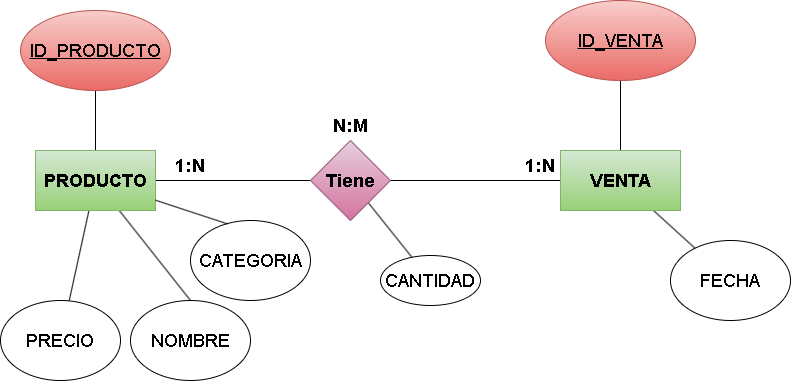
Darkoscurito/Base-de-datos keeps this draw.io diagram as (Unidad-3) (Tarea-4)/img/paso3(1).drawio.png. Above is the earlier version. Source tidied: cells renumbered, new cells last; positions are measured from the earlier drawing's top-left corner, leaving out a move shared by most shapes. The source it was exported from:
```xml
<mxGraphModel>
  <root>
    <mxCell id="0" />
    <mxCell id="1" parent="0" />
    <mxCell id="2" style="edgeStyle=none;html=1;endArrow=none;endFill=0;" parent="1" edge="1" source="6" target="9">
      <mxGeometry relative="1" as="geometry" />
    </mxCell>
    <mxCell id="3" style="edgeStyle=none;html=1;entryX=0.5;entryY=1;entryDx=0;entryDy=0;endArrow=none;endFill=0;" parent="1" edge="1" source="6" target="16">
      <mxGeometry relative="1" as="geometry" />
    </mxCell>
    <mxCell id="4" style="edgeStyle=none;html=1;endArrow=none;endFill=0;entryX=0.5;entryY=0;entryDx=0;entryDy=0;" parent="1" edge="1" source="6" target="17">
      <mxGeometry relative="1" as="geometry" />
    </mxCell>
    <mxCell id="5" style="edgeStyle=none;html=1;endArrow=none;endFill=0;" parent="1" edge="1" source="6" target="20">
      <mxGeometry relative="1" as="geometry" />
    </mxCell>
    <mxCell id="6" value="&lt;font style=&quot;font-size: 18px;&quot;&gt;&lt;b&gt;PRODUCTO&lt;/b&gt;&lt;/font&gt;" style="rounded=0;whiteSpace=wrap;html=1;fillColor=#d5e8d4;gradientColor=#97d077;strokeColor=#82b366;" parent="1" vertex="1">
      <mxGeometry x="35" y="150" width="120" height="60" as="geometry" />
    </mxCell>
    <mxCell id="7" style="edgeStyle=none;html=1;entryX=0;entryY=0.5;entryDx=0;entryDy=0;endArrow=none;endFill=0;" parent="1" edge="1" source="9" target="12">
      <mxGeometry relative="1" as="geometry" />
    </mxCell>
    <mxCell id="8" style="edgeStyle=none;html=1;endArrow=none;endFill=0;" parent="1" edge="1" source="9" target="22">
      <mxGeometry relative="1" as="geometry" />
    </mxCell>
    <mxCell id="9" value="&lt;font style=&quot;font-size: 18px;&quot;&gt;&lt;b&gt;Tiene&lt;/b&gt;&lt;/font&gt;" style="rhombus;whiteSpace=wrap;html=1;fillColor=#e6d0de;gradientColor=#d5739d;strokeColor=#996185;" parent="1" vertex="1">
      <mxGeometry x="310" y="140" width="80" height="80" as="geometry" />
    </mxCell>
    <mxCell id="10" style="edgeStyle=none;html=1;entryX=0.5;entryY=1;entryDx=0;entryDy=0;endArrow=none;endFill=0;" parent="1" edge="1" source="12" target="21">
      <mxGeometry relative="1" as="geometry" />
    </mxCell>
    <mxCell id="11" style="edgeStyle=none;html=1;endArrow=none;endFill=0;" parent="1" edge="1" source="12" target="23">
      <mxGeometry relative="1" as="geometry" />
    </mxCell>
    <mxCell id="12" value="&lt;font style=&quot;font-size: 18px;&quot;&gt;&lt;b&gt;VENTA&lt;/b&gt;&lt;/font&gt;" style="rounded=0;whiteSpace=wrap;html=1;fillColor=#d5e8d4;gradientColor=#97d077;strokeColor=#82b366;" parent="1" vertex="1">
      <mxGeometry x="560" y="150" width="120" height="60" as="geometry" />
    </mxCell>
    <mxCell id="13" value="&lt;font style=&quot;font-size: 18px;&quot;&gt;&lt;b&gt;1:N&lt;/b&gt;&lt;/font&gt;" style="text;html=1;align=center;verticalAlign=middle;whiteSpace=wrap;rounded=0;" parent="1" vertex="1">
      <mxGeometry x="510" y="150" width="60" height="30" as="geometry" />
    </mxCell>
    <mxCell id="14" value="&lt;font style=&quot;font-size: 18px;&quot;&gt;&lt;b&gt;1:N&lt;/b&gt;&lt;/font&gt;" style="text;html=1;align=center;verticalAlign=middle;whiteSpace=wrap;rounded=0;" parent="1" vertex="1">
      <mxGeometry x="160" y="150" width="60" height="30" as="geometry" />
    </mxCell>
    <mxCell id="15" value="&lt;span style=&quot;font-size: 18px;&quot;&gt;&lt;b&gt;N:M&lt;/b&gt;&lt;/span&gt;" style="text;html=1;align=center;verticalAlign=middle;whiteSpace=wrap;rounded=0;" parent="1" vertex="1">
      <mxGeometry x="320" y="110" width="60" height="30" as="geometry" />
    </mxCell>
    <mxCell id="16" value="&lt;font style=&quot;font-size: 18px;&quot;&gt;&lt;u&gt;ID_PRODUCTO&lt;/u&gt;&lt;/font&gt;" style="ellipse;whiteSpace=wrap;html=1;fillColor=#f8cecc;gradientColor=#ea6b66;strokeColor=#b85450;" parent="1" vertex="1">
      <mxGeometry x="20" y="10" width="150" height="80" as="geometry" />
    </mxCell>
    <mxCell id="17" value="&lt;font style=&quot;font-size: 18px;&quot;&gt;NOMBRE&lt;/font&gt;" style="ellipse;whiteSpace=wrap;html=1;" parent="1" vertex="1">
      <mxGeometry x="130" y="300" width="120" height="80" as="geometry" />
    </mxCell>
    <mxCell id="18" value="&lt;font style=&quot;font-size: 18px;&quot;&gt;CATEGORIA&lt;/font&gt;" style="ellipse;whiteSpace=wrap;html=1;" parent="1" vertex="1">
      <mxGeometry x="190" y="220" width="120" height="80" as="geometry" />
    </mxCell>
    <mxCell id="19" style="edgeStyle=none;html=1;entryX=0.308;entryY=0.042;entryDx=0;entryDy=0;entryPerimeter=0;endArrow=none;endFill=0;" parent="1" edge="1" source="6" target="18">
      <mxGeometry relative="1" as="geometry" />
    </mxCell>
    <mxCell id="20" value="&lt;font style=&quot;font-size: 18px;&quot;&gt;PRECIO&lt;/font&gt;" style="ellipse;whiteSpace=wrap;html=1;" parent="1" vertex="1">
      <mxGeometry y="300" width="120" height="80" as="geometry" />
    </mxCell>
    <mxCell id="21" value="&lt;font style=&quot;font-size: 18px;&quot;&gt;&lt;u&gt;ID_VENTA&lt;/u&gt;&lt;/font&gt;" style="ellipse;whiteSpace=wrap;html=1;fillColor=#f8cecc;gradientColor=#ea6b66;strokeColor=#b85450;" parent="1" vertex="1">
      <mxGeometry x="545" width="150" height="80" as="geometry" />
    </mxCell>
    <mxCell id="22" value="&lt;font style=&quot;font-size: 18px;&quot;&gt;CANTIDAD&lt;/font&gt;" style="ellipse;whiteSpace=wrap;html=1;" parent="1" vertex="1">
      <mxGeometry x="380" y="255" width="100" height="50" as="geometry" />
    </mxCell>
    <mxCell id="23" value="&lt;font style=&quot;font-size: 18px;&quot;&gt;FECHA&lt;/font&gt;" style="ellipse;whiteSpace=wrap;html=1;" parent="1" vertex="1">
      <mxGeometry x="670" y="240" width="120" height="80" as="geometry" />
    </mxCell>
  </root>
</mxGraphModel>
```
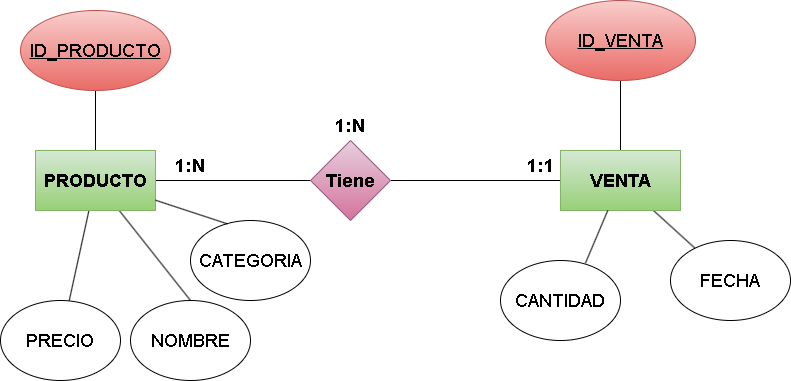
Above is the later version.

What changed in the source:
```diff
@@ -20,9 +20,6 @@
     <mxCell id="7" style="edgeStyle=none;html=1;entryX=0;entryY=0.5;entryDx=0;entryDy=0;endArrow=none;endFill=0;" parent="1" edge="1" source="9" target="12">
       <mxGeometry relative="1" as="geometry" />
     </mxCell>
-    <mxCell id="8" style="edgeStyle=none;html=1;endArrow=none;endFill=0;" parent="1" edge="1" source="9" target="22">
-      <mxGeometry relative="1" as="geometry" />
-    </mxCell>
     <mxCell id="9" value="&lt;font style=&quot;font-size: 18px;&quot;&gt;&lt;b&gt;Tiene&lt;/b&gt;&lt;/font&gt;" style="rhombus;whiteSpace=wrap;html=1;fillColor=#e6d0de;gradientColor=#d5739d;strokeColor=#996185;" parent="1" vertex="1">
       <mxGeometry x="310" y="140" width="80" height="80" as="geometry" />
     </mxCell>
@@ -35,13 +32,13 @@
     <mxCell id="12" value="&lt;font style=&quot;font-size: 18px;&quot;&gt;&lt;b&gt;VENTA&lt;/b&gt;&lt;/font&gt;" style="rounded=0;whiteSpace=wrap;html=1;fillColor=#d5e8d4;gradientColor=#97d077;strokeColor=#82b366;" parent="1" vertex="1">
       <mxGeometry x="560" y="150" width="120" height="60" as="geometry" />
     </mxCell>
-    <mxCell id="13" value="&lt;font style=&quot;font-size: 18px;&quot;&gt;&lt;b&gt;1:N&lt;/b&gt;&lt;/font&gt;" style="text;html=1;align=center;verticalAlign=middle;whiteSpace=wrap;rounded=0;" parent="1" vertex="1">
+    <mxCell id="13" value="&lt;font style=&quot;font-size: 18px;&quot;&gt;&lt;b&gt;1:1&lt;/b&gt;&lt;/font&gt;" style="text;html=1;align=center;verticalAlign=middle;whiteSpace=wrap;rounded=0;" parent="1" vertex="1">
       <mxGeometry x="510" y="150" width="60" height="30" as="geometry" />
     </mxCell>
     <mxCell id="14" value="&lt;font style=&quot;font-size: 18px;&quot;&gt;&lt;b&gt;1:N&lt;/b&gt;&lt;/font&gt;" style="text;html=1;align=center;verticalAlign=middle;whiteSpace=wrap;rounded=0;" parent="1" vertex="1">
       <mxGeometry x="160" y="150" width="60" height="30" as="geometry" />
     </mxCell>
-    <mxCell id="15" value="&lt;span style=&quot;font-size: 18px;&quot;&gt;&lt;b&gt;N:M&lt;/b&gt;&lt;/span&gt;" style="text;html=1;align=center;verticalAlign=middle;whiteSpace=wrap;rounded=0;" parent="1" vertex="1">
+    <mxCell id="15" value="&lt;span style=&quot;font-size: 18px;&quot;&gt;&lt;b&gt;1:N&lt;/b&gt;&lt;/span&gt;" style="text;html=1;align=center;verticalAlign=middle;whiteSpace=wrap;rounded=0;" parent="1" vertex="1">
       <mxGeometry x="320" y="110" width="60" height="30" as="geometry" />
     </mxCell>
     <mxCell id="16" value="&lt;font style=&quot;font-size: 18px;&quot;&gt;&lt;u&gt;ID_PRODUCTO&lt;/u&gt;&lt;/font&gt;" style="ellipse;whiteSpace=wrap;html=1;fillColor=#f8cecc;gradientColor=#ea6b66;strokeColor=#b85450;" parent="1" vertex="1">
@@ -62,11 +59,14 @@
     <mxCell id="21" value="&lt;font style=&quot;font-size: 18px;&quot;&gt;&lt;u&gt;ID_VENTA&lt;/u&gt;&lt;/font&gt;" style="ellipse;whiteSpace=wrap;html=1;fillColor=#f8cecc;gradientColor=#ea6b66;strokeColor=#b85450;" parent="1" vertex="1">
       <mxGeometry x="545" width="150" height="80" as="geometry" />
     </mxCell>
-    <mxCell id="22" value="&lt;font style=&quot;font-size: 18px;&quot;&gt;CANTIDAD&lt;/font&gt;" style="ellipse;whiteSpace=wrap;html=1;" parent="1" vertex="1">
-      <mxGeometry x="380" y="255" width="100" height="50" as="geometry" />
-    </mxCell>
     <mxCell id="23" value="&lt;font style=&quot;font-size: 18px;&quot;&gt;FECHA&lt;/font&gt;" style="ellipse;whiteSpace=wrap;html=1;" parent="1" vertex="1">
       <mxGeometry x="670" y="240" width="120" height="80" as="geometry" />
     </mxCell>
+    <mxCell id="8" value="&lt;font style=&quot;font-size: 18px;&quot;&gt;CANTIDAD&lt;/font&gt;" style="ellipse;whiteSpace=wrap;html=1;" parent="1" vertex="1">
+      <mxGeometry x="500" y="260" width="120" height="80" as="geometry" />
+    </mxCell>
+    <mxCell id="24" style="edgeStyle=none;html=1;entryX=0.708;entryY=0.033;entryDx=0;entryDy=0;entryPerimeter=0;endArrow=none;endFill=0;" parent="1" edge="1" source="12" target="8">
+      <mxGeometry relative="1" as="geometry" />
+    </mxCell>
   </root>
 </mxGraphModel>
```
